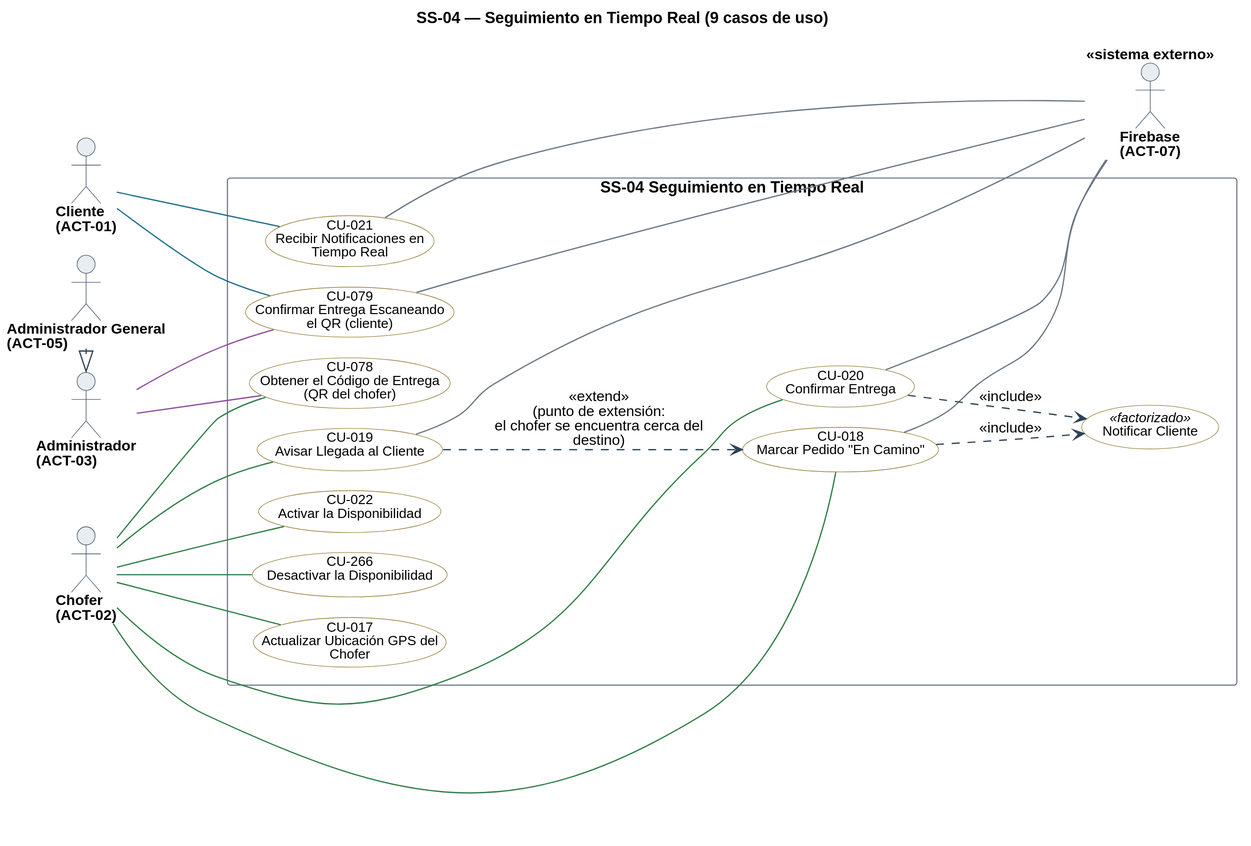
This is diagramas/uml/CU_SS-04_Seguimiento-En-Tiempo-Real.svg from Nahuelito-Dev/splg-docs, a PlantUML export, as it was before one commit. Its diagram source:
```plantuml
@startuml
title SS-04 — Seguimiento en Tiempo Real (9 casos de uso)
left to right direction
skinparam backgroundColor #FFFFFF
skinparam shadowing false
skinparam defaultFontName Helvetica
skinparam defaultFontSize 13
skinparam dpi 150
skinparam ArrowColor #2C4257
skinparam ArrowThickness 1.1
skinparam actor {
  BorderColor #2C4257
  BackgroundColor #E8EDF2
  FontSize 13
  FontStyle bold
}
skinparam usecase {
  BorderColor #2C4257
  BackgroundColor #FFFFFF
  FontSize 12
}
skinparam rectangle {
  BorderColor #6B7683
  FontSize 14
  FontStyle bold
}

skinparam nodesep 18
skinparam ranksep 70
skinparam usecase {
  BorderColor<<planificado>> #9C4436
  BackgroundColor<<planificado>> #F6E4E1
  BorderColor<<factorizado>> #6B7683
  BackgroundColor<<factorizado>> #F2F4F6
}

actor "Cliente\n(ACT-01)" as A01
actor "Chofer\n(ACT-02)" as A02
actor "Administrador\n(ACT-03)" as A03
actor "Administrador General\n(ACT-05)" as A05
actor "Firebase\n(ACT-07)" as A07 <<sistema externo>>

rectangle "SS-04 Seguimiento en Tiempo Real" {
  usecase "CU-017\nActualizar Ubicación GPS del\nChofer" as U017 #back:FFFFFF;line:8A7326
  usecase "CU-018\nMarcar Pedido "En Camino"" as U018 #back:FFFFFF;line:8A7326
  usecase "CU-019\nAvisar Llegada al Cliente" as U019 #back:FFFFFF;line:8A7326
  usecase "CU-020\nConfirmar Entrega" as U020 #back:FFFFFF;line:8A7326
  usecase "CU-021\nRecibir Notificaciones en\nTiempo Real" as U021 #back:FFFFFF;line:8A7326
  usecase "CU-022\nActivar la Disponibilidad" as U022 #back:FFFFFF;line:8A7326
  usecase "CU-078\nObtener el Código de Entrega\n(QR del chofer)" as U078 #back:FFFFFF;line:8A7326
  usecase "CU-079\nConfirmar Entrega Escaneando\nel QR (cliente)" as U079 #back:FFFFFF;line:8A7326
  usecase "CU-266\nDesactivar la Disponibilidad" as U266 #back:FFFFFF;line:8A7326
  usecase "Notificar Cliente" as F_AVISO <<factorizado>> #back:FFFFFF;line:8A7326
}

A01 -[#1F6F8B]- U021
A01 -[#1F6F8B]- U079
A02 -[#2E7D46]- U017
A02 -[#2E7D46]- U018
A02 -[#2E7D46]- U019
A02 -[#2E7D46]- U020
A02 -[#2E7D46]- U022
A02 -[#2E7D46]- U078
A02 -[#2E7D46]- U266
A03 -[#8C4A9E]- U078
A03 -[#8C4A9E]- U079
U019 -[#6B7683]- A07
U018 -[#6B7683]- A07
U020 -[#6B7683]- A07
U021 -[#6B7683]- A07
U079 -[#6B7683]- A07
A05 -right-|> A03

U018 ..> F_AVISO : <<include>>
U020 ..> F_AVISO : <<include>>

U019 ..> U018 : <<extend>>\n(punto de extensión:\nel chofer se encuentra cerca del\ndestino)
@enduml
```
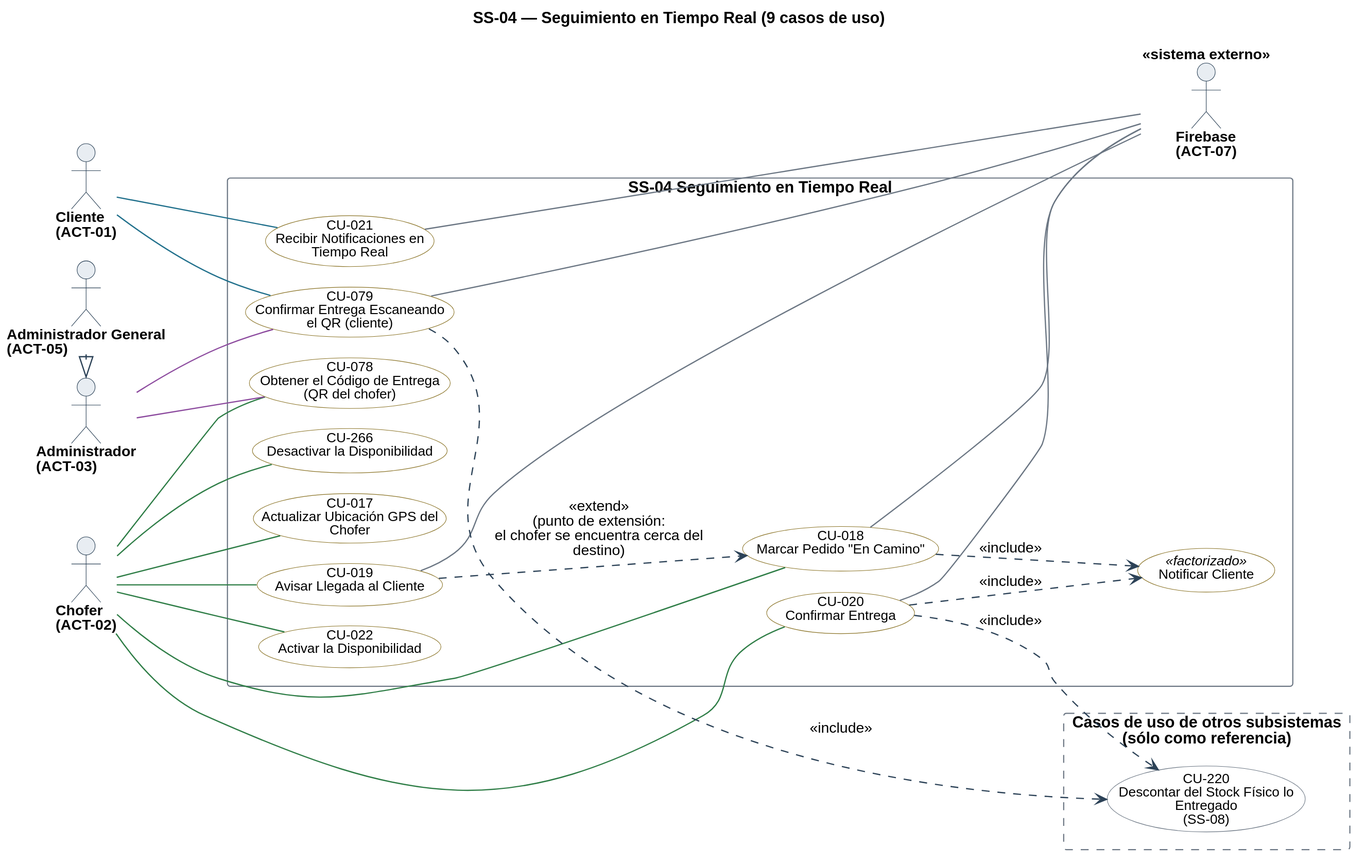
Above is the later version.

What changed in the source:
```diff
@@ -53,6 +53,10 @@
   usecase "Notificar Cliente" as F_AVISO <<factorizado>> #back:FFFFFF;line:8A7326
 }
 
+rectangle "Casos de uso de otros subsistemas\n(sólo como referencia)" as OTROS #back:FFFFFF;line:6B7683;line.dashed {
+  usecase "CU-220\nDescontar del Stock Físico lo\nEntregado\n(SS-08)" as U220 #back:FFFFFF;line:6B7683
+}
+
 A01 -[#1F6F8B]- U021
 A01 -[#1F6F8B]- U079
 A02 -[#2E7D46]- U017
@@ -73,6 +77,8 @@
 
 U018 ..> F_AVISO : <<include>>
 U020 ..> F_AVISO : <<include>>
+U020 ..> U220 : <<include>>
+U079 ..> U220 : <<include>>
 
 U019 ..> U018 : <<extend>>\n(punto de extensión:\nel chofer se encuentra cerca del\ndestino)
 @enduml
```
